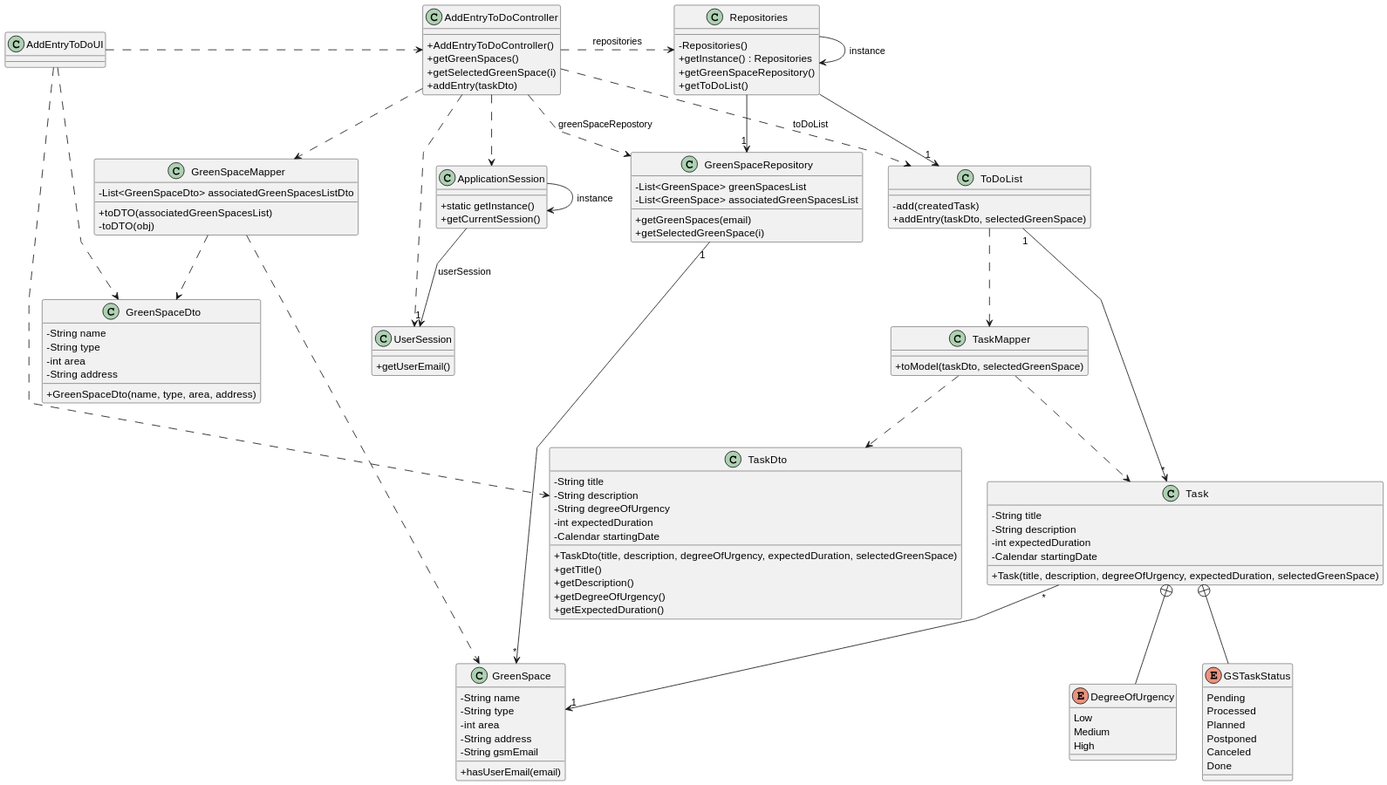
This is docs/sprintC/us021/03.design/svg/us021-class-diagram.svg from Departamento-de-Engenharia-Informatica/lei-24-s2-1dm-g132, a PlantUML export, as it was before one commit.
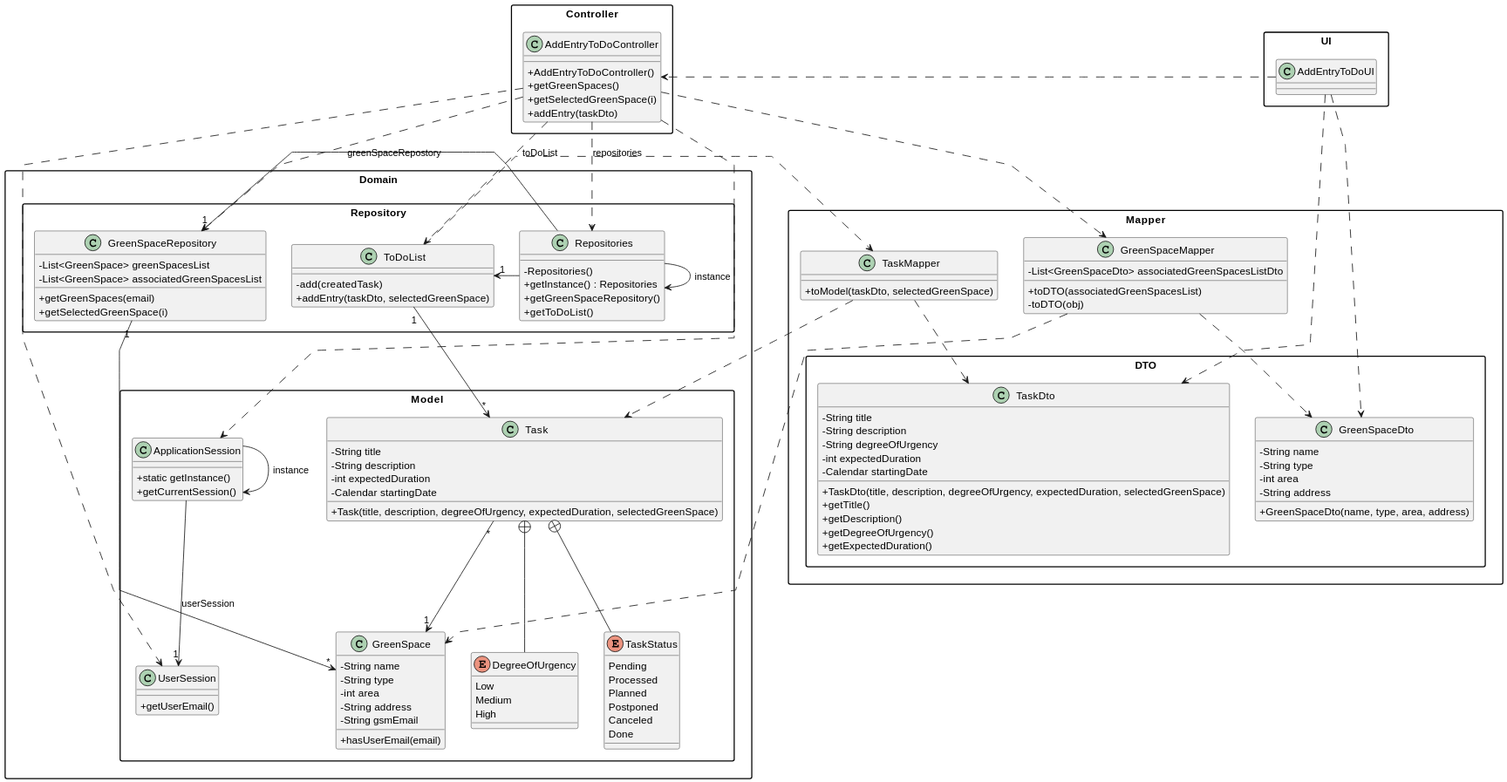
The same file after the commit.

Commit message:
US21 class diagram update

What changed in the source:
```diff
@@ -6,125 +6,138 @@
 skinparam classAttributeIconSize 0
 
 
-class AddEntryToDoUI
-{
+package UI {
+    class AddEntryToDoUI
+    {
 
+    }
 }
 
-class AddEntryToDoController
-{
-    + AddEntryToDoController()
-    + getGreenSpaces()
-    + getSelectedGreenSpace(i)
-    + addEntry(taskDto)
+package Controller {
+    class AddEntryToDoController
+    {
+        + AddEntryToDoController()
+        + getGreenSpaces()
+        + getSelectedGreenSpace(i)
+        + addEntry(taskDto)
+    }
 }
 
-class ApplicationSession
-{
-    + static getInstance()
-    + getCurrentSession()
+package Domain {
+    package Repository{
+
+    class Repositories
+    {
+        - Repositories()
+        + getInstance() : Repositories
+        + getGreenSpaceRepository()
+        + getToDoList()
+    }
+
+    class GreenSpaceRepository
+        {
+            - List<GreenSpace> greenSpacesList
+            - List<GreenSpace> associatedGreenSpacesList
+            + getGreenSpaces(email)
+            + getSelectedGreenSpace(i)
+        }
+
+    class ToDoList
+    {
+        - add(createdTask)
+        + addEntry(taskDto, selectedGreenSpace)
+    }
+    }
+    package Model {
+    class UserSession
+    {
+        + getUserEmail()
+    }
+
+    class GreenSpace
+    {
+        - String name
+        - String type
+        - int area
+        - String address
+        - String gsmEmail
+        + hasUserEmail(email)
+    }
+
+    class Task
+    {
+        - String title
+        - String description
+        - int expectedDuration
+        - Calendar startingDate
+        + Task(title, description, degreeOfUrgency, expectedDuration, selectedGreenSpace)
+    }
+
+    enum DegreeOfUrgency
+    {
+        Low
+        Medium
+        High
+    }
+
+    enum TaskStatus
+    {
+        Pending
+        Processed
+        Planned
+        Postponed
+        Canceled
+        Done
+    }
+    class ApplicationSession
+    {
+        + static getInstance()
+        + getCurrentSession()
+    }
+    }
 }
 
-class Repositories
-{
-    - Repositories()
-    + getInstance() : Repositories
-    + getGreenSpaceRepository()
-    + getToDoList()
-}
+package Mapper {
+    class GreenSpaceMapper
+    {
+        - List<GreenSpaceDto> associatedGreenSpacesListDto
+        + toDTO(associatedGreenSpacesList)
+        - toDTO(obj)
+    }
 
-class UserSession
-{
-    + getUserEmail()
-}
+    class TaskMapper
+    {
+        + toModel(taskDto, selectedGreenSpace)
+    }
 
-class GreenSpaceRepository
-{
-    - List<GreenSpace> greenSpacesList
-    - List<GreenSpace> associatedGreenSpacesList
-    + getGreenSpaces(email)
-    + getSelectedGreenSpace(i)
-}
+package DTO {
+    class GreenSpaceDto
+        {
+            - String name
+            - String type
+            - int area
+            - String address
+            + GreenSpaceDto(name, type, area, address)
+        }
 
-class GreenSpace
-{
-    - String name
-    - String type
-    - int area
-    - String address
-    - String gsmEmail
-    + hasUserEmail(email)
-}
-
-class GreenSpaceMapper
-{
-    - List<GreenSpaceDto> associatedGreenSpacesListDto
-    + toDTO(associatedGreenSpacesList)
-    - toDTO(obj)
-}
-
-class GreenSpaceDto
-{
-    - String name
-    - String type
-    - int area
-    - String address
-    + GreenSpaceDto(name, type, area, address)
-}
-
-class ToDoList
-{
-    - add(createdTask)
-    + addEntry(taskDto, selectedGreenSpace)
-}
-
-class Task
-{
-    - String title
-    - String description
-    - int expectedDuration
-    - Calendar startingDate
-    + Task(title, description, degreeOfUrgency, expectedDuration, selectedGreenSpace)
-}
-
-enum DegreeOfUrgency
-{
-    Low
-    Medium
-    High
-}
-
-enum GSTaskStatus
-{
-    Pending
-    Processed
-    Planned
-    Postponed
-    Canceled
-    Done
-}
-
-class TaskMapper
-{
-    + toModel(taskDto, selectedGreenSpace)
-}
-
-class TaskDto
-{
-    - String title
-    - String description
-    - String degreeOfUrgency
-    - int expectedDuration
-    - Calendar startingDate
-    + TaskDto(title, description, degreeOfUrgency, expectedDuration, selectedGreenSpace)
-    + getTitle()
-    + getDescription()
-    + getDegreeOfUrgency()
-    + getExpectedDuration()
+    class TaskDto
+    {
+        - String title
+        - String description
+        - String degreeOfUrgency
+        - int expectedDuration
+        - Calendar startingDate
+        + TaskDto(title, description, degreeOfUrgency, expectedDuration, selectedGreenSpace)
+        + getTitle()
+        + getDescription()
+        + getDegreeOfUrgency()
+        + getExpectedDuration()
+    }
+    }
 }
 
 Task +-- DegreeOfUrgency
-Task +-- GSTaskStatus
+Task +-- TaskStatus
 
 Repositories -> Repositories : instance
 ApplicationSession -> ApplicationSession : instance
```
